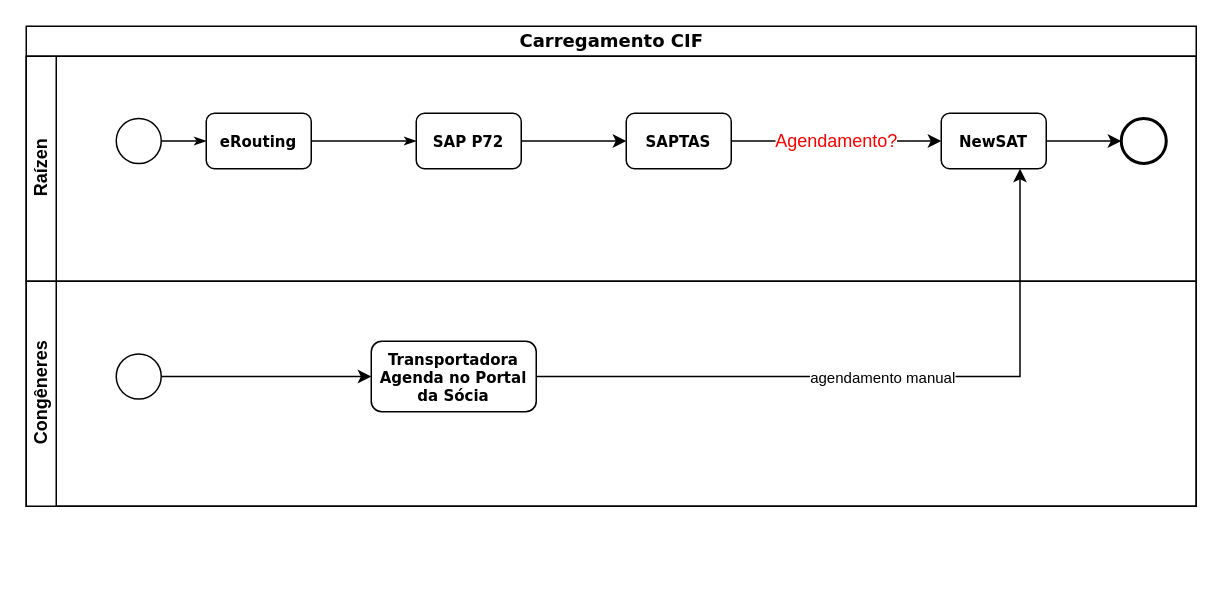
Earlier version of the draw.io diagram page "Carregamento CIF" (1 of 3) of PAI.drawio (anlugifa/drawio). Source tidied: cells renumbered, new cells numbered last; positions are measured from the earlier drawing's top-left corner, leaving out a move shared by most shapes. Both pictures are drawn from the tidied source at 150%, with x=0, y=0 at pixel (26, 26).
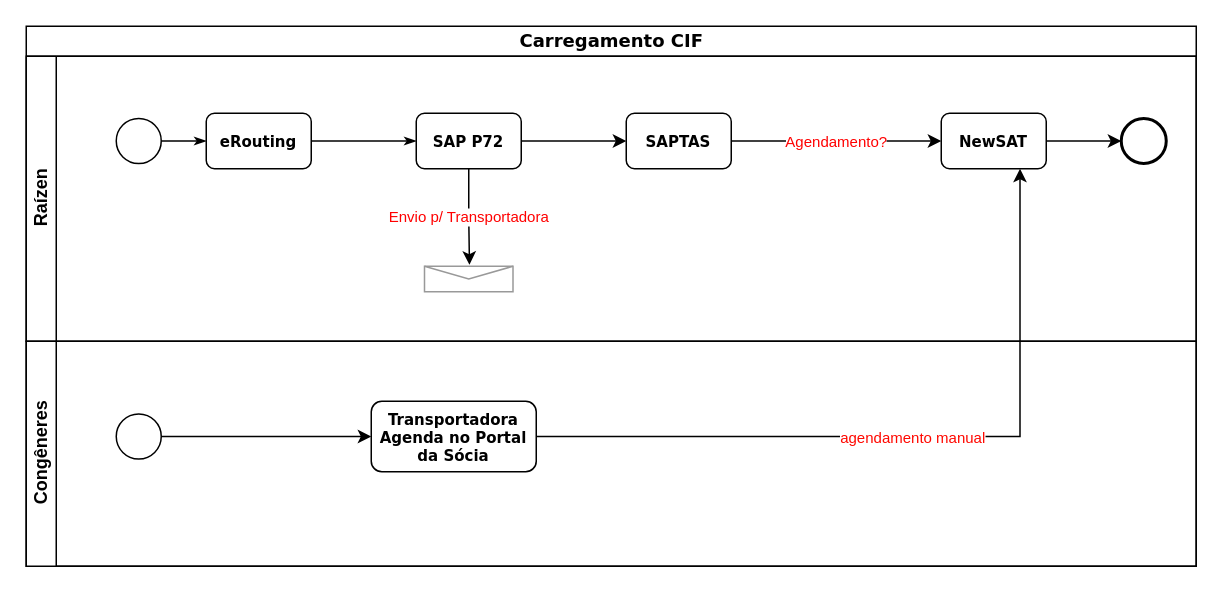
The same diagram, later.

Unchanged cells that the change refers to:
```xml
<mxCell id="8" value="SAP P72" style="rounded=1;whiteSpace=wrap;html=1;shadow=0;labelBackgroundColor=none;strokeColor=#000000;strokeWidth=1;fillColor=#ffffff;fontFamily=Verdana;fontSize=10;fontColor=#000000;align=center;fontStyle=1;" parent="3" vertex="1">
  <mxGeometry x="260" y="38" width="70" height="37" as="geometry" />
</mxCell>
<mxCell id="10" value="SAPTAS" style="rounded=1;whiteSpace=wrap;html=1;shadow=0;labelBackgroundColor=none;strokeColor=#000000;strokeWidth=1;fillColor=#ffffff;fontFamily=Verdana;fontSize=10;fontColor=#000000;align=center;fontStyle=1;" parent="3" vertex="1">
  <mxGeometry x="400" y="38" width="70" height="37" as="geometry" />
</mxCell>
<mxCell id="12" value="NewSAT" style="rounded=1;whiteSpace=wrap;html=1;shadow=0;labelBackgroundColor=none;strokeColor=#000000;strokeWidth=1;fillColor=#ffffff;fontFamily=Verdana;fontSize=10;fontColor=#000000;align=center;fontStyle=1;" parent="3" vertex="1">
  <mxGeometry x="610" y="38" width="70" height="37" as="geometry" />
</mxCell>
<mxCell id="16" value="Transportadora Agenda no Portal da Sócia" style="rounded=1;whiteSpace=wrap;html=1;shadow=0;labelBackgroundColor=none;strokeColor=#000000;strokeWidth=1;fillColor=#ffffff;fontFamily=Verdana;fontSize=10;fontColor=#000000;align=center;fontStyle=1;" parent="15" vertex="1">
  <mxGeometry x="230" y="40" width="110" height="47" as="geometry" />
</mxCell>
```

Diff of the diagram source:
```diff
@@
     <mxCell id="2" value="Carregamento CIF" style="swimlane;html=1;horizontal=1;startSize=20;rounded=0;shadow=0;labelBackgroundColor=none;strokeColor=#000000;strokeWidth=1;fillColor=#ffffff;fontFamily=Verdana;fontSize=12;fontColor=#000000;align=center;" parent="1" vertex="1">
-      <mxGeometry width="780" height="320" as="geometry" />
+      <mxGeometry width="780" height="360" as="geometry" />
     </mxCell>
     <mxCell id="3" value="Raízen" style="swimlane;html=1;startSize=20;horizontal=0;" parent="2" vertex="1">
-      <mxGeometry y="20" width="780" height="150" as="geometry" />
+      <mxGeometry y="20" width="780" height="190" as="geometry" />
     </mxCell>
@@
+    <mxCell id="20" value="Envio p/ Transportadora" style="edgeStyle=orthogonalEdgeStyle;rounded=0;jettySize=auto;html=1;exitX=0.5;exitY=1;exitDx=0;exitDy=0;entryX=0.508;entryY=-0.059;entryDx=0;entryDy=0;entryPerimeter=0;fontSize=10;fontColor=#FF0000;" parent="3" edge="1" source="8" target="21">
+      <mxGeometry relative="1" as="geometry" />
+    </mxCell>
@@
-    <mxCell id="9" value="Agendamento?" style="edgeStyle=orthogonalEdgeStyle;rounded=0;jettySize=auto;html=1;fontSize=12;fontColor=#FF0000;" parent="3" edge="1" source="10" target="12">
+    <mxCell id="9" value="Agendamento?" style="edgeStyle=orthogonalEdgeStyle;rounded=0;jettySize=auto;html=1;fontSize=10;fontColor=#FF0000;" parent="3" edge="1" source="10" target="12">
       <mxGeometry relative="1" as="geometry" />
     </mxCell>
@@
+    <mxCell id="21" style="verticalLabelPosition=bottom;shadow=0;dashed=0;align=center;html=1;verticalAlign=top;strokeWidth=1;shape=mxgraph.mockup.misc.mail2;fillColor=#ffffff;strokeColor=#999999;fontSize=12;fontColor=#FF0000;" parent="3" vertex="1">
+      <mxGeometry x="265.5" y="140" width="59" height="17" as="geometry" />
+    </mxCell>
     <mxCell id="15" value="Congêneres" style="swimlane;html=1;startSize=20;horizontal=0;" parent="2" vertex="1">
-      <mxGeometry y="170" width="780" height="150" as="geometry" />
+      <mxGeometry y="210" width="780" height="150" as="geometry" />
     </mxCell>
@@
-    <mxCell id="19" value="agendamento manual" style="edgeStyle=orthogonalEdgeStyle;rounded=0;jettySize=auto;html=1;entryX=0.75;entryY=1;entryDx=0;entryDy=0;fontSize=10;" parent="2" edge="1" source="16" target="12">
+    <mxCell id="19" value="agendamento manual" style="edgeStyle=orthogonalEdgeStyle;rounded=0;jettySize=auto;html=1;entryX=0.75;entryY=1;entryDx=0;entryDy=0;fontSize=10;fontColor=#FF0800;" parent="2" edge="1" source="16" target="12">
       <mxGeometry relative="1" as="geometry" />
     </mxCell>
```
